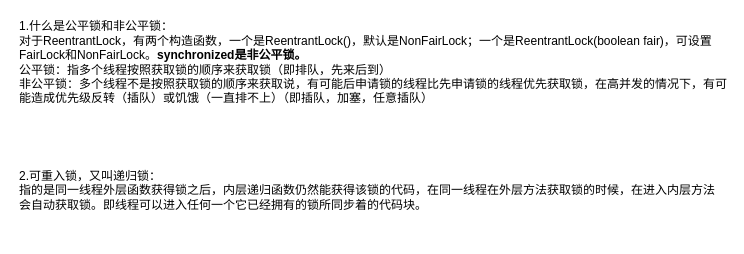
The draw.io diagram Java基础/多线程/Java锁.drawio in qouson/my-Java-note, before the edit. Source tidied: cells renumbered, new cells numbered last; positions are measured from the earlier drawing's top-left corner, leaving out a move shared by most shapes. Both pictures are drawn from the tidied source at 100%, with x=0, y=0 at pixel (17, 17).
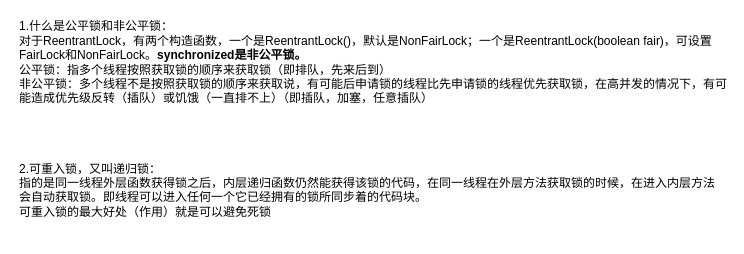
The same diagram, later.

Change to the diagram source:
```diff
@@
 <mxGraphModel>
   <root>
     <mxCell id="0" />
     <mxCell id="1" parent="0" />
     <mxCell id="2" value="&lt;div align=&quot;left&quot;&gt;1.什么是公平锁和非公平锁：&lt;/div&gt;&lt;div align=&quot;left&quot;&gt;对于ReentrantLock，有两个构造函数，一个是ReentrantLock()，默认是NonFairLock；一个是ReentrantLock(boolean fair)，可设置FairLock和NonFairLock。&lt;b&gt;synchronized是非公平锁。&lt;/b&gt;&lt;/div&gt;&lt;div align=&quot;left&quot;&gt;公平锁：指多个线程按照获取锁的顺序来获取锁（即排队，先来后到）&lt;/div&gt;&lt;div align=&quot;left&quot;&gt;非公平锁：多个线程不是按照获取锁的顺序来获取说，有可能后申请锁的线程比先申请锁的线程优先获取锁，在高并发的情况下，有可能造成优先级反转（插队）或饥饿（一直排不上）（即插队，加塞，任意插队）&lt;br&gt;&lt;/div&gt;" style="text;html=1;strokeColor=none;fillColor=none;align=left;verticalAlign=middle;whiteSpace=wrap;rounded=0;" parent="1" vertex="1">
       <mxGeometry width="710" height="90" as="geometry" />
     </mxCell>
-    <mxCell id="3" value="&lt;div align=&quot;left&quot;&gt;2.可重入锁，又叫递归锁：&lt;/div&gt;&lt;div align=&quot;left&quot;&gt;指的是同一线程外层函数获得锁之后，内层递归函数仍然能获得该锁的代码，在同一线程在外层方法获取锁的时候，在进入内层方法会自动获取锁。即线程可以进入任何一个它已经拥有的锁所同步着的代码块。&lt;br&gt;&lt;/div&gt;&lt;div align=&quot;left&quot;&gt;&lt;br&gt;&lt;/div&gt;" style="text;html=1;strokeColor=none;fillColor=none;align=left;verticalAlign=middle;whiteSpace=wrap;rounded=0;" parent="1" vertex="1">
+    <mxCell id="3" value="&lt;div align=&quot;left&quot;&gt;2.可重入锁，又叫递归锁：&lt;/div&gt;&lt;div align=&quot;left&quot;&gt;指的是同一线程外层函数获得锁之后，内层递归函数仍然能获得该锁的代码，在同一线程在外层方法获取锁的时候，在进入内层方法会自动获取锁。即线程可以进入任何一个它已经拥有的锁所同步着的代码块。&lt;/div&gt;&lt;div align=&quot;left&quot;&gt;可重入锁的最大好处（作用）就是可以避免死锁&lt;br&gt;&lt;/div&gt;&lt;div align=&quot;left&quot;&gt;&lt;br&gt;&lt;/div&gt;" style="text;html=1;strokeColor=none;fillColor=none;align=left;verticalAlign=middle;whiteSpace=wrap;rounded=0;" parent="1" vertex="1">
       <mxGeometry y="140" width="700" height="80" as="geometry" />
     </mxCell>
   </root>
 </mxGraphModel>
```
